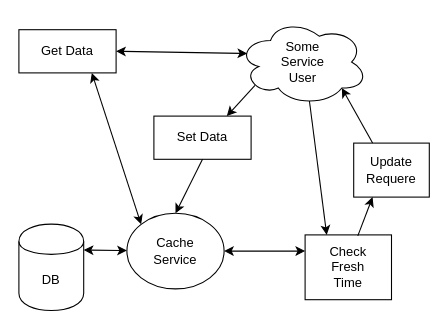
prizraksarvar/diagrams keeps this draw.io diagram as Untitled Diagram.drawio. Above is the earlier version. Source tidied: cells renumbered, new cells numbered last; positions are measured from the earlier drawing's top-left corner, leaving out a move shared by most shapes. Both pictures are drawn from the tidied source at 108%, with x=0, y=0 at pixel (18, 18).
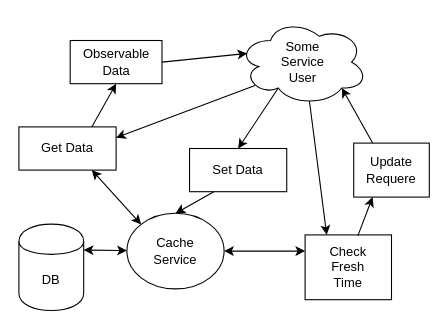
Above is the later version.

The change refers to these unchanged cells:
```xml
<mxCell id="2" value="Cache&lt;br&gt;Service&lt;br&gt;" style="ellipse;whiteSpace=wrap;html=1;" parent="1" vertex="1">
  <mxGeometry x="100" y="180" width="90" height="70" as="geometry" />
</mxCell>
<mxCell id="7" value="Some &lt;br&gt;Service&lt;br&gt;User&lt;br&gt;" style="ellipse;shape=cloud;whiteSpace=wrap;html=1;" parent="1" vertex="1">
  <mxGeometry x="203" width="120" height="80" as="geometry" />
</mxCell>
```

Diff of the diagram source:
```diff
@@
     <mxCell id="5" value="Get Data&lt;br&gt;" style="rounded=0;whiteSpace=wrap;html=1;" parent="1" vertex="1">
-      <mxGeometry y="10" width="90" height="40" as="geometry" />
+      <mxGeometry y="100" width="90" height="40" as="geometry" />
     </mxCell>
@@
-    <mxCell id="8" style="endArrow=classic;startArrow=classic;html=1;exitX=1;exitY=0.5;exitDx=0;exitDy=0;entryX=0.07;entryY=0.4;entryDx=0;entryDy=0;entryPerimeter=0;" parent="1" edge="1" source="5" target="7">
-      <mxGeometry relative="1" as="geometry" />
-    </mxCell>
@@
     <mxCell id="15" value="Set Data&lt;br&gt;" style="rounded=0;whiteSpace=wrap;html=1;" parent="1" vertex="1">
-      <mxGeometry x="125" y="90" width="90" height="40" as="geometry" />
+      <mxGeometry x="158" y="120" width="90" height="40" as="geometry" />
     </mxCell>
-    <mxCell id="16" style="endArrow=classic;html=1;entryX=0.75;entryY=0;entryDx=0;entryDy=0;exitX=0.13;exitY=0.77;exitDx=0;exitDy=0;exitPerimeter=0;" parent="1" edge="1" source="7" target="15">
+    <mxCell id="16" style="endArrow=classic;html=1;entryX=0.5;entryY=0;entryDx=0;entryDy=0;exitX=0.31;exitY=0.8;exitDx=0;exitDy=0;exitPerimeter=0;" parent="1" edge="1" source="7" target="15">
       <mxGeometry relative="1" as="geometry" />
     </mxCell>
-    <mxCell id="17" style="endArrow=classic;html=1;entryX=0.5;entryY=0;entryDx=0;entryDy=0;exitX=0.5;exitY=1;exitDx=0;exitDy=0;" parent="1" edge="1" source="15" target="2">
+    <mxCell id="17" style="endArrow=classic;html=1;entryX=0.5;entryY=0;entryDx=0;entryDy=0;exitX=0.25;exitY=1;exitDx=0;exitDy=0;" parent="1" edge="1" source="15" target="2">
       <mxGeometry relative="1" as="geometry" />
     </mxCell>
+    <mxCell id="18" value="Observable&lt;br&gt;Data&lt;br&gt;" style="rounded=0;whiteSpace=wrap;html=1;" parent="1" vertex="1">
+      <mxGeometry x="47.5" y="20" width="85" height="40" as="geometry" />
+    </mxCell>
+    <mxCell id="19" style="endArrow=classic;html=1;entryX=1;entryY=0.25;entryDx=0;entryDy=0;exitX=0.13;exitY=0.77;exitDx=0;exitDy=0;exitPerimeter=0;" parent="1" edge="1" source="7" target="5">
+      <mxGeometry relative="1" as="geometry" />
+    </mxCell>
+    <mxCell id="20" style="endArrow=classic;html=1;exitX=0.75;exitY=0;exitDx=0;exitDy=0;entryX=0.5;entryY=1;entryDx=0;entryDy=0;" parent="1" edge="1" source="5" target="18">
+      <mxGeometry relative="1" as="geometry" />
+    </mxCell>
+    <mxCell id="21" style="endArrow=classic;html=1;exitX=1;exitY=0.5;exitDx=0;exitDy=0;entryX=0.07;entryY=0.4;entryDx=0;entryDy=0;entryPerimeter=0;" parent="1" edge="1" source="18" target="7">
+      <mxGeometry relative="1" as="geometry" />
+    </mxCell>
```
